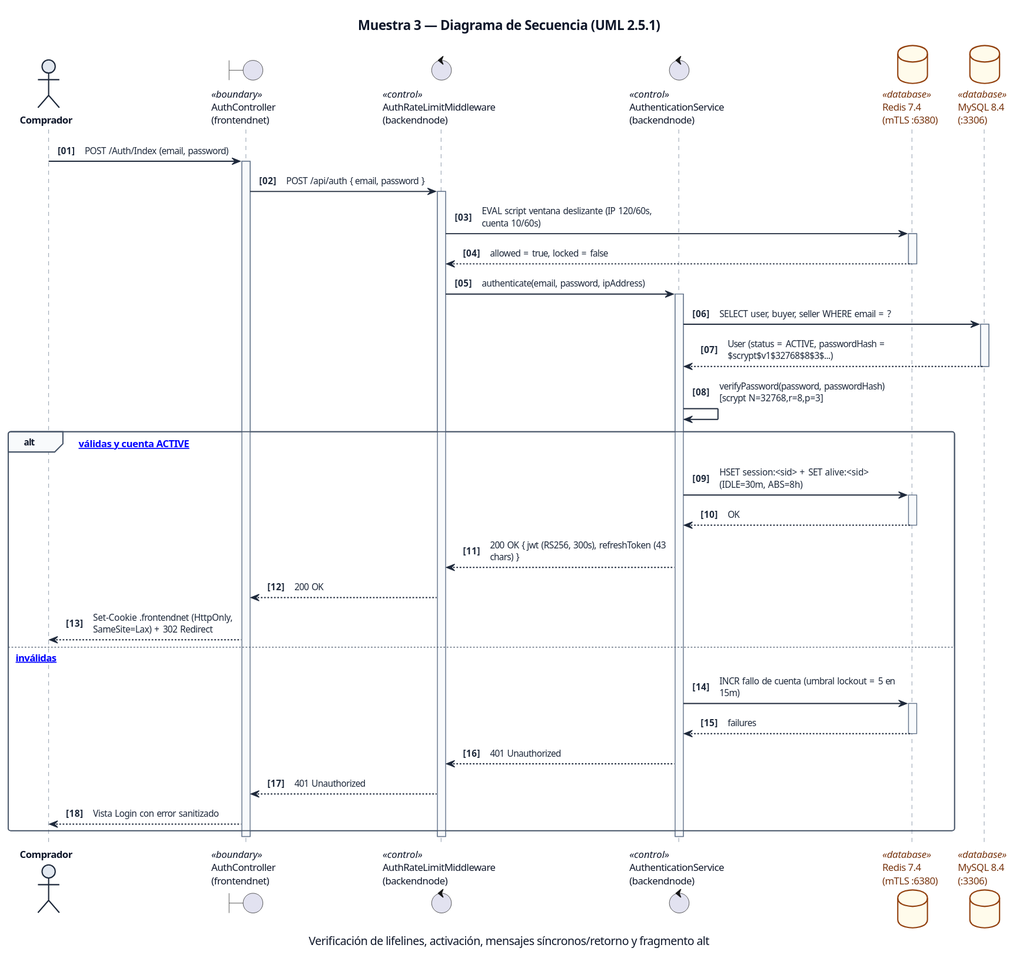
Earlier version of the PlantUML export docs/diagrams/_muestra/muestra_03_secuencia.svg (maverick0322/Secure-Ecommerce-API). Its diagram source:
```plantuml
@startuml
!include _skin.puml
autonumber "<b>[00]"
title Muestra 3 — Diagrama de Secuencia (UML 2.5.1)
caption Verificación de lifelines, activación, mensajes síncronos/retorno y fragmento alt

actor "Comprador" as ActorBuyer
boundary "AuthController\n(frontendnet)" as FeAuth <<boundary>>
control "AuthRateLimitMiddleware\n(backendnode)" as RateLimit <<control>>
control "AuthenticationService\n(backendnode)" as AuthSvc <<control>>
database "Redis 7.4\n(mTLS :6380)" as Redis <<database>>
database "MySQL 8.4\n(:3306)" as MySQL <<database>>

ActorBuyer -> FeAuth : POST /Auth/Index (email, password)
activate FeAuth
FeAuth -> RateLimit : POST /api/auth { email, password }
activate RateLimit
RateLimit -> Redis : EVAL script ventana deslizante (IP 120/60s, cuenta 10/60s)
activate Redis
Redis --> RateLimit : allowed = true, locked = false
deactivate Redis

RateLimit -> AuthSvc : authenticate(email, password, ipAddress)
activate AuthSvc
AuthSvc -> MySQL : SELECT user, buyer, seller WHERE email = ?
activate MySQL
MySQL --> AuthSvc : User (status = ACTIVE, passwordHash = $scrypt$v1$32768$8$3$...)
deactivate MySQL

AuthSvc -> AuthSvc : verifyPassword(password, passwordHash) [scrypt N=32768,r=8,p=3]

alt [Credenciales válidas y cuenta ACTIVE]
  AuthSvc -> Redis : HSET session:<sid> + SET alive:<sid> (IDLE=30m, ABS=8h)
  activate Redis
  Redis --> AuthSvc : OK
  deactivate Redis
  AuthSvc --> RateLimit : 200 OK { jwt (RS256, 300s), refreshToken (43 chars) }
  RateLimit --> FeAuth : 200 OK
  FeAuth --> ActorBuyer : Set-Cookie .frontendnet (HttpOnly, SameSite=Lax) + 302 Redirect
else [Credenciales inválidas]
  AuthSvc -> Redis : INCR fallo de cuenta (umbral lockout = 5 en 15m)
  activate Redis
  Redis --> AuthSvc : failures
  deactivate Redis
  AuthSvc --> RateLimit : 401 Unauthorized
  RateLimit --> FeAuth : 401 Unauthorized
  FeAuth --> ActorBuyer : Vista Login con error sanitizado
end
deactivate AuthSvc
deactivate RateLimit
deactivate FeAuth
@enduml
```
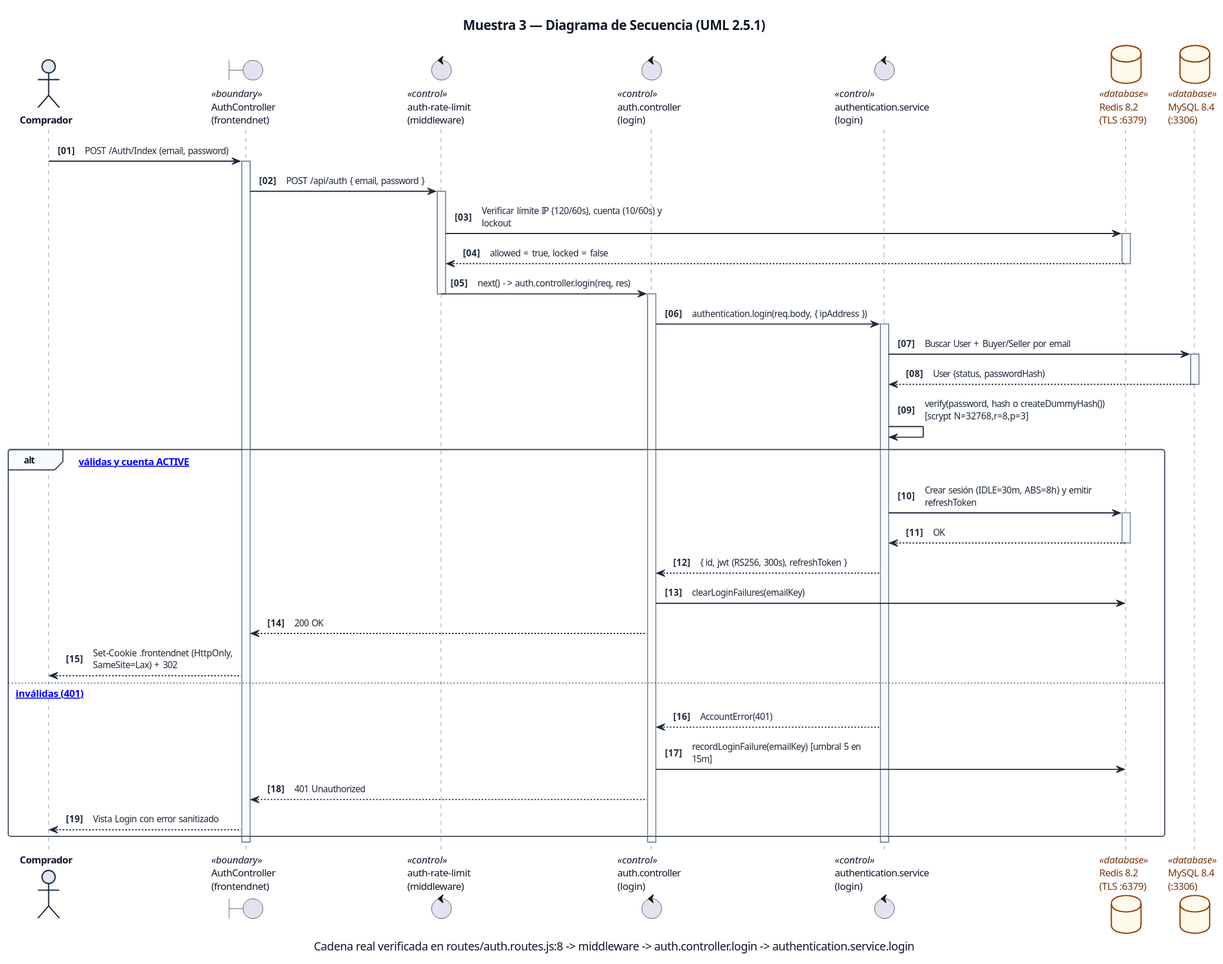
After the commit.

Diff of the diagram source:
```diff
@@ -2,51 +2,52 @@
 !include _skin.puml
 autonumber "<b>[00]"
 title Muestra 3 — Diagrama de Secuencia (UML 2.5.1)
-caption Verificación de lifelines, activación, mensajes síncronos/retorno y fragmento alt
+caption Cadena real verificada en routes/auth.routes.js:8 -> middleware -> auth.controller.login -> authentication.service.login
 
 actor "Comprador" as ActorBuyer
 boundary "AuthController\n(frontendnet)" as FeAuth <<boundary>>
-control "AuthRateLimitMiddleware\n(backendnode)" as RateLimit <<control>>
-control "AuthenticationService\n(backendnode)" as AuthSvc <<control>>
-database "Redis 7.4\n(mTLS :6380)" as Redis <<database>>
+control "auth-rate-limit\n(middleware)" as RateLimit <<control>>
+control "auth.controller\n(login)" as AuthCtrl <<control>>
+control "authentication.service\n(login)" as AuthSvc <<control>>
+database "Redis 8.2\n(TLS :6379)" as Redis <<database>>
 database "MySQL 8.4\n(:3306)" as MySQL <<database>>
 
 ActorBuyer -> FeAuth : POST /Auth/Index (email, password)
 activate FeAuth
 FeAuth -> RateLimit : POST /api/auth { email, password }
 activate RateLimit
-RateLimit -> Redis : EVAL script ventana deslizante (IP 120/60s, cuenta 10/60s)
+RateLimit -> Redis : Verificar límite IP (120/60s), cuenta (10/60s) y lockout
 activate Redis
 Redis --> RateLimit : allowed = true, locked = false
 deactivate Redis
+RateLimit -> AuthCtrl : next() -> auth.controller.login(req, res)
+deactivate RateLimit
+activate AuthCtrl
 
-RateLimit -> AuthSvc : authenticate(email, password, ipAddress)
+AuthCtrl -> AuthSvc : authentication.login(req.body, { ipAddress })
 activate AuthSvc
-AuthSvc -> MySQL : SELECT user, buyer, seller WHERE email = ?
+AuthSvc -> MySQL : Buscar User + Buyer/Seller por email
 activate MySQL
-MySQL --> AuthSvc : User (status = ACTIVE, passwordHash = $scrypt$v1$32768$8$3$...)
+MySQL --> AuthSvc : User (status, passwordHash)
 deactivate MySQL
-
-AuthSvc -> AuthSvc : verifyPassword(password, passwordHash) [scrypt N=32768,r=8,p=3]
+AuthSvc -> AuthSvc : verify(password, hash o createDummyHash()) [scrypt N=32768,r=8,p=3]
 
 alt [Credenciales válidas y cuenta ACTIVE]
-  AuthSvc -> Redis : HSET session:<sid> + SET alive:<sid> (IDLE=30m, ABS=8h)
+  AuthSvc -> Redis : Crear sesión (IDLE=30m, ABS=8h) y emitir refreshToken
   activate Redis
   Redis --> AuthSvc : OK
   deactivate Redis
-  AuthSvc --> RateLimit : 200 OK { jwt (RS256, 300s), refreshToken (43 chars) }
-  RateLimit --> FeAuth : 200 OK
-  FeAuth --> ActorBuyer : Set-Cookie .frontendnet (HttpOnly, SameSite=Lax) + 302 Redirect
-else [Credenciales inválidas]
-  AuthSvc -> Redis : INCR fallo de cuenta (umbral lockout = 5 en 15m)
-  activate Redis
-  Redis --> AuthSvc : failures
-  deactivate Redis
-  AuthSvc --> RateLimit : 401 Unauthorized
-  RateLimit --> FeAuth : 401 Unauthorized
+  AuthSvc --> AuthCtrl : { id, jwt (RS256, 300s), refreshToken }
+  AuthCtrl -> Redis : clearLoginFailures(emailKey)
+  AuthCtrl --> FeAuth : 200 OK
+  FeAuth --> ActorBuyer : Set-Cookie .frontendnet (HttpOnly, SameSite=Lax) + 302
+else [Credenciales inválidas (401)]
+  AuthSvc --> AuthCtrl : AccountError(401)
+  AuthCtrl -> Redis : recordLoginFailure(emailKey) [umbral 5 en 15m]
+  AuthCtrl --> FeAuth : 401 Unauthorized
   FeAuth --> ActorBuyer : Vista Login con error sanitizado
 end
 deactivate AuthSvc
-deactivate RateLimit
+deactivate AuthCtrl
 deactivate FeAuth
 @enduml
```
